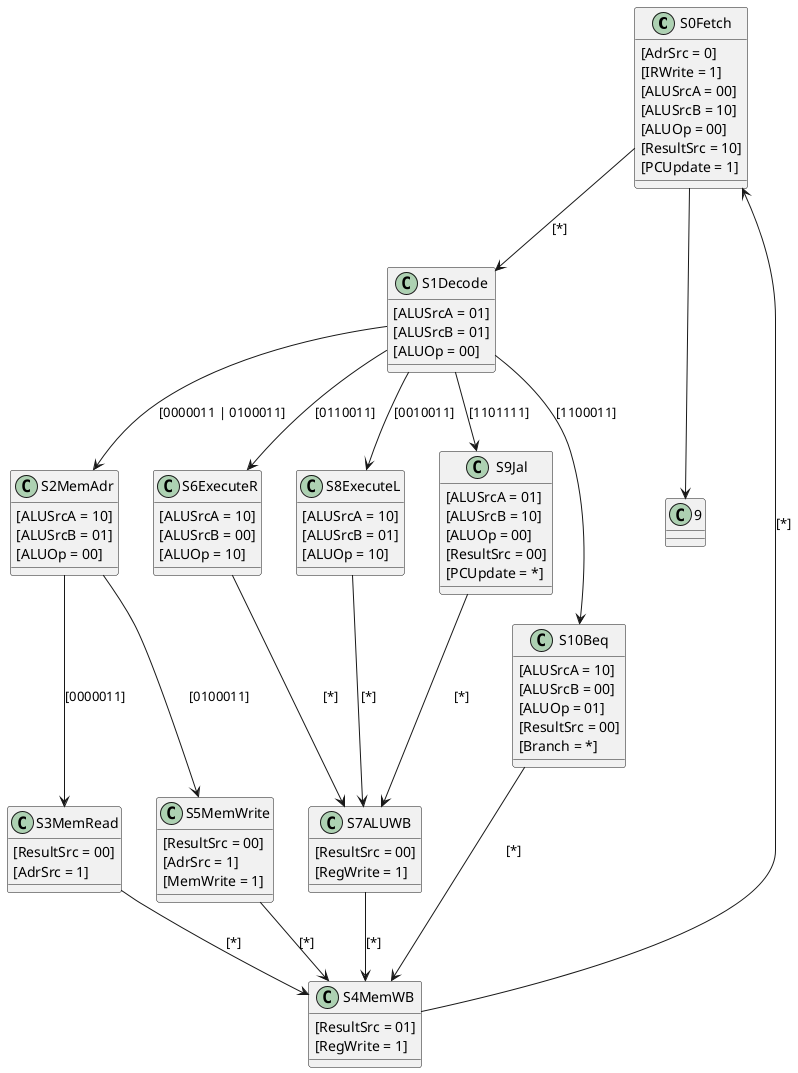
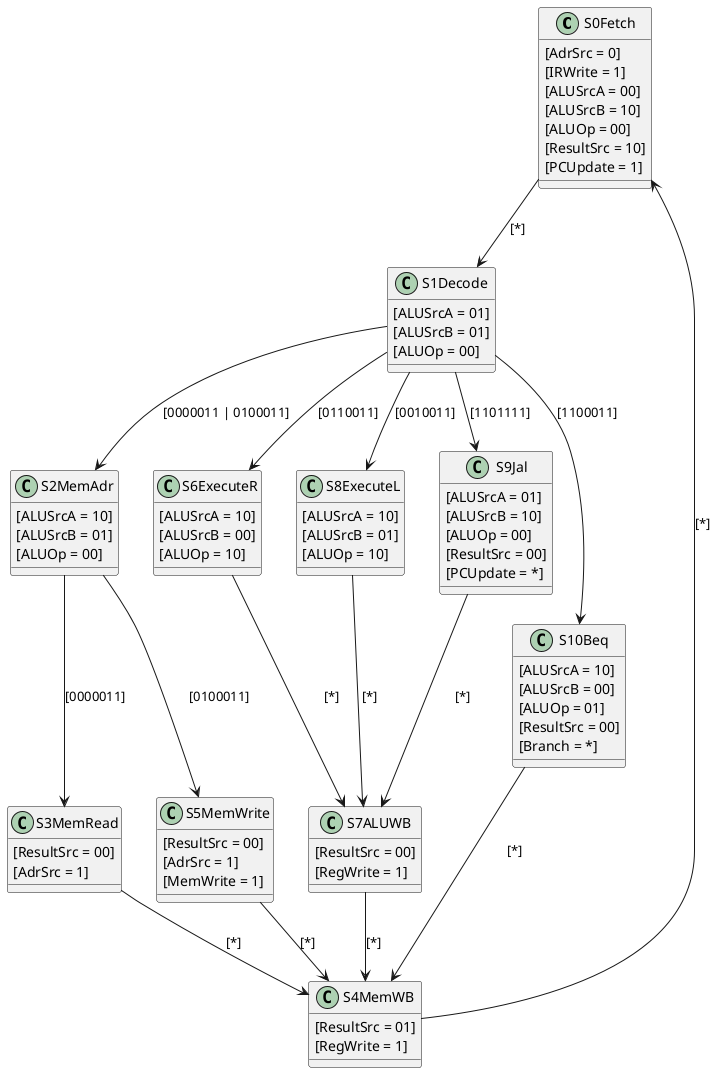
@startuml ttt



S0Fetch --> S1Decode : [*]
S0Fetch : [AdrSrc = 0]
S0Fetch : [IRWrite = 1]
S0Fetch : [ALUSrcA = 00]
S0Fetch : [ALUSrcB = 10]
S0Fetch : [ALUOp = 00]
S0Fetch : [ResultSrc = 10]
S0Fetch : [PCUpdate = 1]
- S0Fetch ---> 9

S1Decode --> S2MemAdr : [0000011 | 0100011]
S1Decode --> S6ExecuteR : [0110011]
S1Decode --> S8ExecuteL : [0010011]
S1Decode --> S9Jal : [1101111]
S1Decode --> S10Beq : [1100011]
S1Decode : [ALUSrcA = 01]
S1Decode : [ALUSrcB = 01]
S1Decode : [ALUOp = 00]



S2MemAdr --> S3MemRead : [0000011]
S2MemAdr --> S5MemWrite : [0100011]
S2MemAdr : [ALUSrcA = 10]
S2MemAdr : [ALUSrcB = 01]
S2MemAdr : [ALUOp = 00]



S6ExecuteR --> S7ALUWB : [*]
S6ExecuteR : [ALUSrcA = 10]
S6ExecuteR : [ALUSrcB = 00]
S6ExecuteR : [ALUOp = 10]


S8ExecuteL --> S7ALUWB : [*]
S8ExecuteL : [ALUSrcA = 10]
S8ExecuteL : [ALUSrcB = 01]
S8ExecuteL : [ALUOp = 10]

S9Jal --> S7ALUWB : [*]
S9Jal : [ALUSrcA = 01]
S9Jal : [ALUSrcB = 10]
S9Jal : [ALUOp = 00]
S9Jal : [ResultSrc = 00]
S9Jal : [PCUpdate = *]


S10Beq --> S4MemWB : [*]
S10Beq : [ALUSrcA = 10]
S10Beq : [ALUSrcB = 00]
S10Beq : [ALUOp = 01]
S10Beq : [ResultSrc = 00]
S10Beq : [Branch = *]

S3MemRead --> S4MemWB : [*]
S3MemRead : [ResultSrc = 00]
S3MemRead : [AdrSrc = 1]


S5MemWrite --> S4MemWB : [*]
S5MemWrite : [ResultSrc = 00]
S5MemWrite : [AdrSrc = 1]
S5MemWrite : [MemWrite = 1]

S7ALUWB --> S4MemWB : [*]
S7ALUWB : [ResultSrc = 00]
S7ALUWB : [RegWrite = 1]

S4MemWB --> S0Fetch : [*]
S4MemWB : [ResultSrc = 01]
S4MemWB : [RegWrite = 1]
@enduml